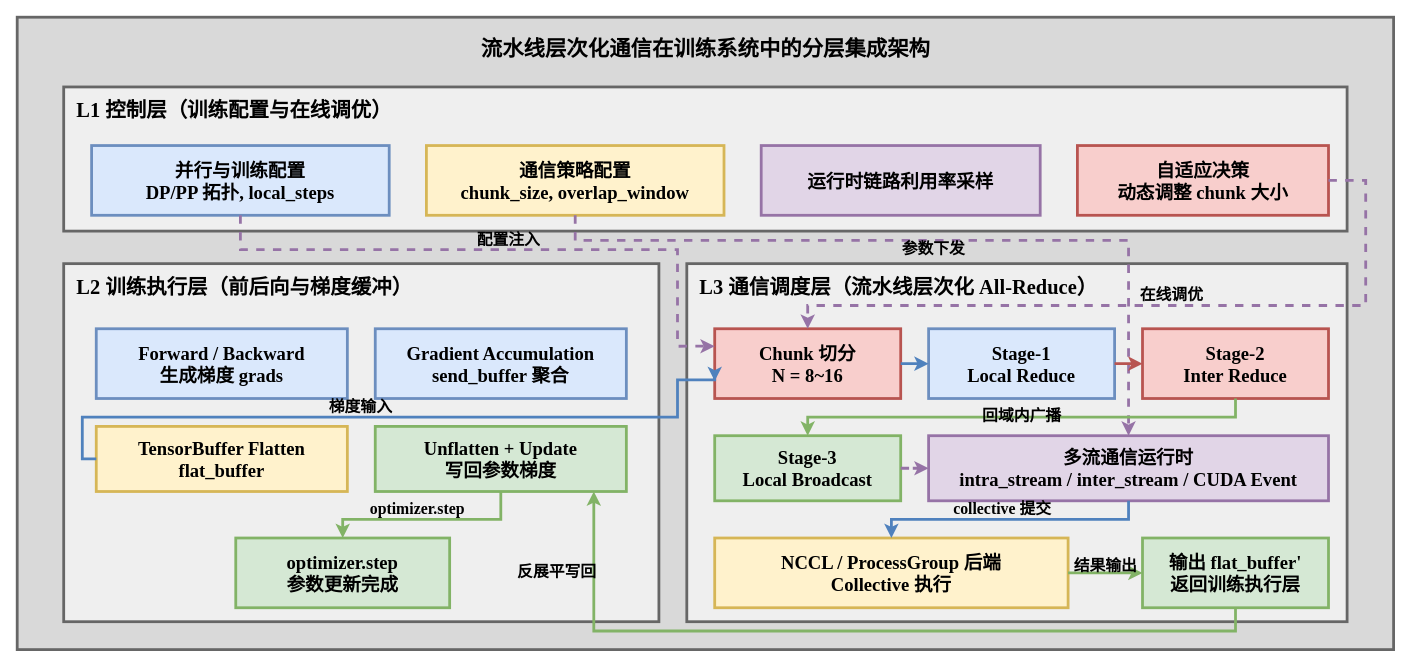
Before: image/ch4-system-integration-dataflow.drawio in Aerithy/master-thesis, a draw.io diagram. Source tidied: cells renumbered, new cells numbered last; positions are measured from the earlier drawing's top-left corner, leaving out a move shared by most shapes. Both pictures are drawn from the tidied source at 93%, with x=0, y=0 at pixel (17, 17).
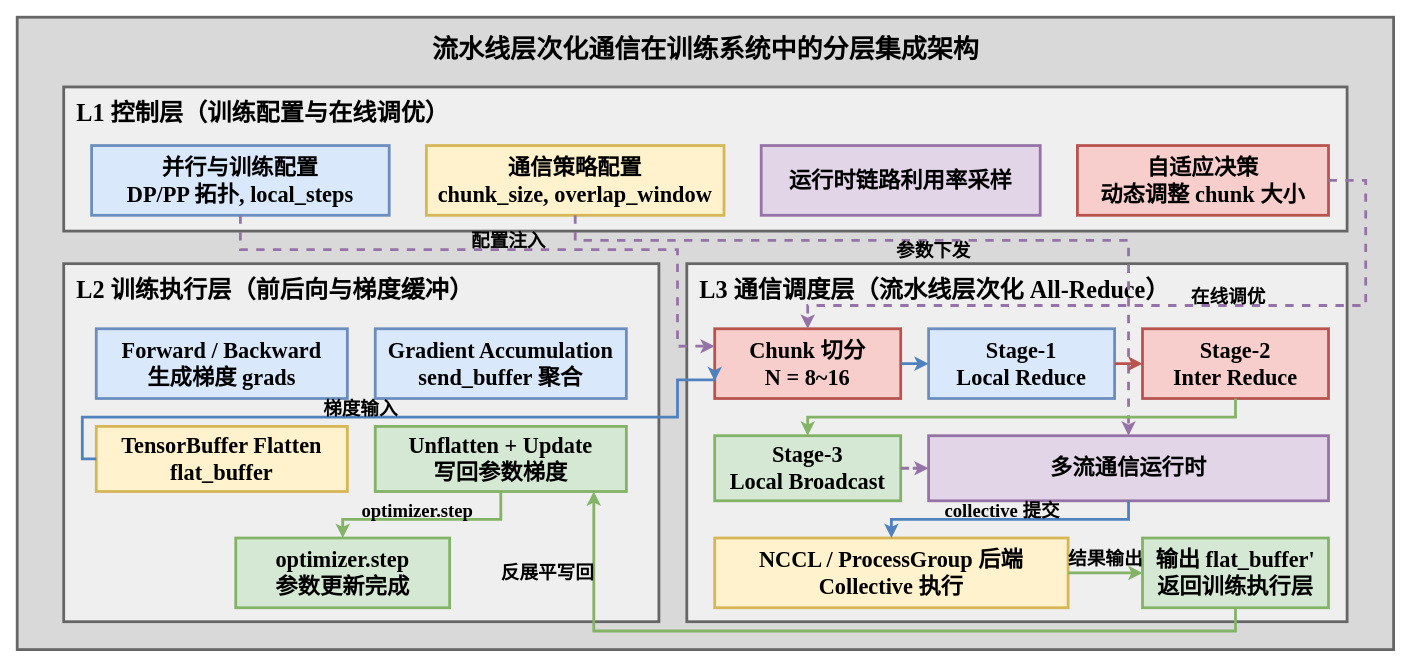
The same page after the edit.

Diff of the diagram source:
```diff
@@
-    <mxCell id="3" value="&lt;b&gt;流水线层次化通信在训练系统中的分层集成架构&lt;/b&gt;" style="text;html=1;strokeColor=none;fillColor=none;align=center;verticalAlign=middle;fontSize=23;fontStyle=1;fontFamily=Times New Roman;" parent="1" vertex="1">
+    <mxCell id="3" value="&lt;b&gt;流水线层次化通信在训练系统中的分层集成架构&lt;/b&gt;" style="text;html=1;strokeColor=none;fillColor=none;align=center;verticalAlign=middle;fontSize=28;fontStyle=1;fontFamily=Times New Roman;" parent="1" vertex="1">
       <mxGeometry x="90" y="14" width="1300" height="40" as="geometry" />
     </mxCell>
-    <mxCell id="4" value="&lt;b&gt;L1 控制层（训练配置与在线调优）&lt;/b&gt;" style="rounded=0;whiteSpace=wrap;html=1;fillColor=#efefef;strokeColor=#666666;strokeWidth=3;fontFamily=Times New Roman;fontSize=22;fontStyle=1;align=left;verticalAlign=top;spacingTop=6;spacingLeft=12;" parent="1" vertex="1">
+    <mxCell id="4" value="&lt;b&gt;L1 控制层（训练配置与在线调优）&lt;/b&gt;" style="rounded=0;whiteSpace=wrap;html=1;fillColor=#efefef;strokeColor=#666666;strokeWidth=3;fontFamily=Times New Roman;fontSize=26;fontStyle=1;align=left;verticalAlign=top;spacingTop=6;spacingLeft=12;" parent="1" vertex="1">
       <mxGeometry x="50" y="75" width="1380" height="155" as="geometry" />
     </mxCell>
-    <mxCell id="5" value="&lt;b&gt;并行与训练配置&lt;/b&gt;&lt;br&gt;DP/PP 拓扑, local_steps" style="rounded=0;whiteSpace=wrap;html=1;fillColor=#dae8fc;strokeColor=#6c8ebf;strokeWidth=3;fontFamily=Times New Roman;fontSize=20;fontStyle=1;align=center;" parent="1" vertex="1">
+    <mxCell id="5" value="&lt;b&gt;并行与训练配置&lt;/b&gt;&lt;br&gt;DP/PP 拓扑, local_steps" style="rounded=0;whiteSpace=wrap;html=1;fillColor=#dae8fc;strokeColor=#6c8ebf;strokeWidth=3;fontFamily=Times New Roman;fontSize=24;fontStyle=1;align=center;" parent="1" vertex="1">
       <mxGeometry x="80" y="138" width="320" height="75" as="geometry" />
     </mxCell>
-    <mxCell id="6" value="&lt;b&gt;通信策略配置&lt;/b&gt;&lt;br&gt;chunk_size, overlap_window" style="rounded=0;whiteSpace=wrap;html=1;fillColor=#fff2cc;strokeColor=#d6b656;strokeWidth=3;fontFamily=Times New Roman;fontSize=20;fontStyle=1;align=center;" parent="1" vertex="1">
+    <mxCell id="6" value="&lt;b&gt;通信策略配置&lt;/b&gt;&lt;br&gt;chunk_size, overlap_window" style="rounded=0;whiteSpace=wrap;html=1;fillColor=#fff2cc;strokeColor=#d6b656;strokeWidth=3;fontFamily=Times New Roman;fontSize=24;fontStyle=1;align=center;" parent="1" vertex="1">
       <mxGeometry x="440" y="138" width="320" height="75" as="geometry" />
     </mxCell>
-    <mxCell id="7" value="&lt;b&gt;运行时&lt;/b&gt;链路利用率采样" style="rounded=0;whiteSpace=wrap;html=1;fillColor=#e1d5e7;strokeColor=#9673a6;strokeWidth=3;fontFamily=Times New Roman;fontSize=20;fontStyle=1;align=center;" parent="1" vertex="1">
+    <mxCell id="7" value="&lt;b&gt;运行时&lt;/b&gt;链路利用率采样" style="rounded=0;whiteSpace=wrap;html=1;fillColor=#e1d5e7;strokeColor=#9673a6;strokeWidth=3;fontFamily=Times New Roman;fontSize=24;fontStyle=1;align=center;" parent="1" vertex="1">
       <mxGeometry x="800" y="138" width="300" height="75" as="geometry" />
     </mxCell>
-    <mxCell id="8" value="&lt;b&gt;自适应决策&lt;/b&gt;&lt;br&gt;动态调整 chunk 大小" style="rounded=0;whiteSpace=wrap;html=1;fillColor=#f8cecc;strokeColor=#b85450;strokeWidth=3;fontFamily=Times New Roman;fontSize=20;fontStyle=1;align=center;" parent="1" vertex="1">
+    <mxCell id="8" value="&lt;b&gt;自适应决策&lt;/b&gt;&lt;br&gt;动态调整 chunk 大小" style="rounded=0;whiteSpace=wrap;html=1;fillColor=#f8cecc;strokeColor=#b85450;strokeWidth=3;fontFamily=Times New Roman;fontSize=24;fontStyle=1;align=center;" parent="1" vertex="1">
       <mxGeometry x="1140" y="138" width="270" height="75" as="geometry" />
     </mxCell>
-    <mxCell id="9" value="&lt;b&gt;L2 训练执行层（前后向与梯度缓冲）&lt;/b&gt;" style="rounded=0;whiteSpace=wrap;html=1;fillColor=#efefef;strokeColor=#666666;strokeWidth=3;fontFamily=Times New Roman;fontSize=22;fontStyle=1;align=left;verticalAlign=top;spacingTop=6;spacingLeft=12;" parent="1" vertex="1">
+    <mxCell id="9" value="&lt;b&gt;L2 训练执行层（前后向与梯度缓冲）&lt;/b&gt;" style="rounded=0;whiteSpace=wrap;html=1;fillColor=#efefef;strokeColor=#666666;strokeWidth=3;fontFamily=Times New Roman;fontSize=26;fontStyle=1;align=left;verticalAlign=top;spacingTop=6;spacingLeft=12;" parent="1" vertex="1">
       <mxGeometry x="50" y="265" width="640" height="385" as="geometry" />
     </mxCell>
-    <mxCell id="10" value="&lt;b&gt;Forward / Backward&lt;/b&gt;&lt;br&gt;生成梯度 grads" style="rounded=0;whiteSpace=wrap;html=1;fillColor=#dae8fc;strokeColor=#6c8ebf;strokeWidth=3;fontFamily=Times New Roman;fontSize=20;fontStyle=1;align=center;" parent="1" vertex="1">
+    <mxCell id="10" value="&lt;b&gt;Forward / Backward&lt;/b&gt;&lt;br&gt;生成梯度 grads" style="rounded=0;whiteSpace=wrap;html=1;fillColor=#dae8fc;strokeColor=#6c8ebf;strokeWidth=3;fontFamily=Times New Roman;fontSize=24;fontStyle=1;align=center;" parent="1" vertex="1">
       <mxGeometry x="85" y="335" width="270" height="75" as="geometry" />
     </mxCell>
-    <mxCell id="11" value="&lt;b&gt;Gradient Accumulation&lt;/b&gt;&lt;br&gt;send_buffer 聚合" style="rounded=0;whiteSpace=wrap;html=1;fillColor=#dae8fc;strokeColor=#6c8ebf;strokeWidth=3;fontFamily=Times New Roman;fontSize=20;fontStyle=1;align=center;" parent="1" vertex="1">
+    <mxCell id="11" value="&lt;b&gt;Gradient Accumulation&lt;/b&gt;&lt;br&gt;send_buffer 聚合" style="rounded=0;whiteSpace=wrap;html=1;fillColor=#dae8fc;strokeColor=#6c8ebf;strokeWidth=3;fontFamily=Times New Roman;fontSize=24;fontStyle=1;align=center;" parent="1" vertex="1">
       <mxGeometry x="385" y="335" width="270" height="75" as="geometry" />
     </mxCell>
-    <mxCell id="12" value="&lt;b&gt;TensorBuffer Flatten&lt;/b&gt;&lt;br&gt;flat_buffer" style="rounded=0;whiteSpace=wrap;html=1;fillColor=#fff2cc;strokeColor=#d6b656;strokeWidth=3;fontFamily=Times New Roman;fontSize=20;fontStyle=1;align=center;" parent="1" vertex="1">
+    <mxCell id="12" value="&lt;b&gt;TensorBuffer Flatten&lt;/b&gt;&lt;br&gt;flat_buffer" style="rounded=0;whiteSpace=wrap;html=1;fillColor=#fff2cc;strokeColor=#d6b656;strokeWidth=3;fontFamily=Times New Roman;fontSize=24;fontStyle=1;align=center;" parent="1" vertex="1">
       <mxGeometry x="85" y="440" width="270" height="70" as="geometry" />
     </mxCell>
-    <mxCell id="13" value="&lt;b&gt;Unflatten + Update&lt;/b&gt;&lt;br&gt;写回参数梯度" style="rounded=0;whiteSpace=wrap;html=1;fillColor=#d5e8d4;strokeColor=#82b366;strokeWidth=3;fontFamily=Times New Roman;fontSize=20;fontStyle=1;align=center;" parent="1" vertex="1">
+    <mxCell id="13" value="&lt;b&gt;Unflatten + Update&lt;/b&gt;&lt;br&gt;写回参数梯度" style="rounded=0;whiteSpace=wrap;html=1;fillColor=#d5e8d4;strokeColor=#82b366;strokeWidth=3;fontFamily=Times New Roman;fontSize=24;fontStyle=1;align=center;" parent="1" vertex="1">
       <mxGeometry x="385" y="440" width="270" height="70" as="geometry" />
     </mxCell>
-    <mxCell id="14" value="&lt;b&gt;optimizer.step&lt;/b&gt;&lt;br&gt;参数更新完成" style="rounded=0;whiteSpace=wrap;html=1;fillColor=#d5e8d4;strokeColor=#82b366;strokeWidth=3;fontFamily=Times New Roman;fontSize=20;fontStyle=1;align=center;" parent="1" vertex="1">
+    <mxCell id="14" value="&lt;b&gt;optimizer.step&lt;/b&gt;&lt;br&gt;参数更新完成" style="rounded=0;whiteSpace=wrap;html=1;fillColor=#d5e8d4;strokeColor=#82b366;strokeWidth=3;fontFamily=Times New Roman;fontSize=24;fontStyle=1;align=center;" parent="1" vertex="1">
       <mxGeometry x="235" y="560" width="230" height="75" as="geometry" />
     </mxCell>
-    <mxCell id="15" value="&lt;b&gt;L3 通信调度层（流水线层次化 All-Reduce）&lt;/b&gt;" style="rounded=0;whiteSpace=wrap;html=1;fillColor=#efefef;strokeColor=#666666;strokeWidth=3;fontFamily=Times New Roman;fontSize=22;fontStyle=1;align=left;verticalAlign=top;spacingTop=6;spacingLeft=12;" parent="1" vertex="1">
+    <mxCell id="15" value="&lt;b&gt;L3 通信调度层（流水线层次化 All-Reduce）&lt;/b&gt;" style="rounded=0;whiteSpace=wrap;html=1;fillColor=#efefef;strokeColor=#666666;strokeWidth=3;fontFamily=Times New Roman;fontSize=26;fontStyle=1;align=left;verticalAlign=top;spacingTop=6;spacingLeft=12;" parent="1" vertex="1">
       <mxGeometry x="720" y="265" width="710" height="385" as="geometry" />
     </mxCell>
-    <mxCell id="16" value="&lt;b&gt;Chunk 切分&lt;/b&gt;&lt;br&gt;N = 8~16" style="rounded=0;whiteSpace=wrap;html=1;fillColor=#f8cecc;strokeColor=#b85450;strokeWidth=3;fontFamily=Times New Roman;fontSize=20;fontStyle=1;align=center;" parent="1" vertex="1">
+    <mxCell id="16" value="&lt;b&gt;Chunk 切分&lt;/b&gt;&lt;br&gt;N = 8~16" style="rounded=0;whiteSpace=wrap;html=1;fillColor=#f8cecc;strokeColor=#b85450;strokeWidth=3;fontFamily=Times New Roman;fontSize=24;fontStyle=1;align=center;" parent="1" vertex="1">
       <mxGeometry x="750" y="335" width="200" height="75" as="geometry" />
     </mxCell>
-    <mxCell id="17" value="&lt;b&gt;Stage-1&lt;/b&gt;&lt;br&gt;Local Reduce" style="rounded=0;whiteSpace=wrap;html=1;fillColor=#dae8fc;strokeColor=#6c8ebf;strokeWidth=3;fontFamily=Times New Roman;fontSize=20;fontStyle=1;align=center;" parent="1" vertex="1">
+    <mxCell id="17" value="&lt;b&gt;Stage-1&lt;/b&gt;&lt;br&gt;Local Reduce" style="rounded=0;whiteSpace=wrap;html=1;fillColor=#dae8fc;strokeColor=#6c8ebf;strokeWidth=3;fontFamily=Times New Roman;fontSize=24;fontStyle=1;align=center;" parent="1" vertex="1">
       <mxGeometry x="980" y="335" width="200" height="75" as="geometry" />
     </mxCell>
-    <mxCell id="18" value="&lt;b&gt;Stage-2&lt;/b&gt;&lt;br&gt;Inter Reduce" style="rounded=0;whiteSpace=wrap;html=1;fillColor=#f8cecc;strokeColor=#b85450;strokeWidth=3;fontFamily=Times New Roman;fontSize=20;fontStyle=1;align=center;" parent="1" vertex="1">
+    <mxCell id="18" value="&lt;b&gt;Stage-2&lt;/b&gt;&lt;br&gt;Inter Reduce" style="rounded=0;whiteSpace=wrap;html=1;fillColor=#f8cecc;strokeColor=#b85450;strokeWidth=3;fontFamily=Times New Roman;fontSize=24;fontStyle=1;align=center;" parent="1" vertex="1">
       <mxGeometry x="1210" y="335" width="200" height="75" as="geometry" />
     </mxCell>
-    <mxCell id="19" value="&lt;b&gt;Stage-3&lt;/b&gt;&lt;br&gt;Local Broadcast" style="rounded=0;whiteSpace=wrap;html=1;fillColor=#d5e8d4;strokeColor=#82b366;strokeWidth=3;fontFamily=Times New Roman;fontSize=20;fontStyle=1;align=center;" parent="1" vertex="1">
+    <mxCell id="19" value="&lt;b&gt;Stage-3&lt;/b&gt;&lt;br&gt;Local Broadcast" style="rounded=0;whiteSpace=wrap;html=1;fillColor=#d5e8d4;strokeColor=#82b366;strokeWidth=3;fontFamily=Times New Roman;fontSize=24;fontStyle=1;align=center;" parent="1" vertex="1">
       <mxGeometry x="750" y="450" width="200" height="70" as="geometry" />
     </mxCell>
-    <mxCell id="20" value="&lt;b&gt;多流通信运行时&lt;/b&gt;&lt;br&gt;intra_stream / inter_stream / CUDA Event" style="rounded=0;whiteSpace=wrap;html=1;fillColor=#e1d5e7;strokeColor=#9673a6;strokeWidth=3;fontFamily=Times New Roman;fontSize=20;fontStyle=1;align=center;" parent="1" vertex="1">
+    <mxCell id="20" value="&lt;b&gt;多流通信运行时&lt;/b&gt;" style="rounded=0;whiteSpace=wrap;html=1;fillColor=#e1d5e7;strokeColor=#9673a6;strokeWidth=3;fontFamily=Times New Roman;fontSize=24;fontStyle=1;align=center;" parent="1" vertex="1">
       <mxGeometry x="980" y="450" width="430" height="70" as="geometry" />
     </mxCell>
-    <mxCell id="21" value="&lt;b&gt;NCCL / ProcessGroup 后端&lt;/b&gt;&lt;br&gt;Collective 执行" style="rounded=0;whiteSpace=wrap;html=1;fillColor=#fff2cc;strokeColor=#d6b656;strokeWidth=3;fontFamily=Times New Roman;fontSize=20;fontStyle=1;align=center;" parent="1" vertex="1">
+    <mxCell id="21" value="&lt;b&gt;NCCL / ProcessGroup 后端&lt;/b&gt;&lt;br&gt;Collective 执行" style="rounded=0;whiteSpace=wrap;html=1;fillColor=#fff2cc;strokeColor=#d6b656;strokeWidth=3;fontFamily=Times New Roman;fontSize=24;fontStyle=1;align=center;" parent="1" vertex="1">
       <mxGeometry x="750" y="560" width="380" height="75" as="geometry" />
     </mxCell>
-    <mxCell id="22" value="&lt;b&gt;输出 flat_buffer'&lt;/b&gt;&lt;br&gt;返回训练执行层" style="rounded=0;whiteSpace=wrap;html=1;fillColor=#d5e8d4;strokeColor=#82b366;strokeWidth=3;fontFamily=Times New Roman;fontSize=20;fontStyle=1;align=center;" parent="1" vertex="1">
+    <mxCell id="22" value="&lt;b&gt;输出 flat_buffer'&lt;/b&gt;&lt;br&gt;返回训练执行层" style="rounded=0;whiteSpace=wrap;html=1;fillColor=#d5e8d4;strokeColor=#82b366;strokeWidth=3;fontFamily=Times New Roman;fontSize=24;fontStyle=1;align=center;" parent="1" vertex="1">
       <mxGeometry x="1210" y="560" width="200" height="75" as="geometry" />
     </mxCell>
-    <mxCell id="23" value="配置注入" style="edgeStyle=orthogonalEdgeStyle;rounded=0;jettySize=auto;html=1;strokeColor=#9673a6;strokeWidth=3;dashed=1;endArrow=classic;fontFamily=Times New Roman;fontSize=17;fontStyle=1;entryX=0;entryY=0.25;entryDx=0;entryDy=0;labelBackgroundColor=none;" parent="1" edge="1" source="5" target="16">
+    <mxCell id="23" value="配置注入" style="edgeStyle=orthogonalEdgeStyle;rounded=0;jettySize=auto;html=1;strokeColor=#9673a6;strokeWidth=3;dashed=1;endArrow=classic;fontFamily=Times New Roman;fontSize=20;fontStyle=1;entryX=0;entryY=0.25;entryDx=0;entryDy=0;labelBackgroundColor=none;" parent="1" edge="1" source="5" target="16">
       <mxGeometry y="10" relative="1" as="geometry">
         <Array as="points">
           <mxPoint x="240" y="250" />
           <mxPoint x="710" y="250" />
           <mxPoint x="710" y="354" />
         </Array>
       </mxGeometry>
     </mxCell>
-    <mxCell id="24" value="参数下发" style="edgeStyle=orthogonalEdgeStyle;rounded=0;jettySize=auto;html=1;strokeColor=#9673a6;strokeWidth=3;dashed=1;endArrow=classic;fontFamily=Times New Roman;fontSize=17;fontStyle=1;labelBackgroundColor=none;" parent="1" edge="1" source="6" target="20">
+    <mxCell id="24" value="参数下发" style="edgeStyle=orthogonalEdgeStyle;rounded=0;jettySize=auto;html=1;strokeColor=#9673a6;strokeWidth=3;dashed=1;endArrow=classic;fontFamily=Times New Roman;fontSize=20;fontStyle=1;labelBackgroundColor=none;" parent="1" edge="1" source="6" target="20">
       <mxGeometry x="-0.01" y="-10" relative="1" as="geometry">
         <Array as="points">
           <mxPoint x="600" y="240" />
           <mxPoint x="1195" y="240" />
         </Array>
       </mxGeometry>
     </mxCell>
-    <mxCell id="25" value="在线调优" style="edgeStyle=orthogonalEdgeStyle;rounded=0;jettySize=auto;html=1;strokeColor=#9673a6;strokeWidth=3;dashed=1;endArrow=classic;fontFamily=Times New Roman;fontSize=17;fontStyle=1;labelBackgroundColor=none;" parent="1" edge="1" source="8" target="16">
-      <mxGeometry x="-0.04" y="-10" relative="1" as="geometry">
+    <mxCell id="25" value="在线调优" style="edgeStyle=orthogonalEdgeStyle;rounded=0;jettySize=auto;html=1;strokeColor=#9673a6;strokeWidth=3;dashed=1;endArrow=classic;fontFamily=Times New Roman;fontSize=20;fontStyle=1;labelBackgroundColor=none;" parent="1" edge="1" source="8" target="16">
+      <mxGeometry x="-0.19" y="-10" relative="1" as="geometry">
         <Array as="points">
           <mxPoint x="1450" y="176" />
           <mxPoint x="1450" y="310" />
           <mxPoint x="850" y="310" />
         </Array>
+        <mxPoint x="1" as="offset" />
       </mxGeometry>
     </mxCell>
-    <mxCell id="26" value="梯度输入" style="edgeStyle=orthogonalEdgeStyle;rounded=0;jettySize=auto;html=1;strokeColor=#4f81bd;strokeWidth=3;endArrow=classic;fontFamily=Times New Roman;fontSize=17;fontStyle=1;entryX=0;entryY=0.75;entryDx=0;entryDy=0;labelBackgroundColor=none;" parent="1" edge="1" source="12" target="16">
+    <mxCell id="26" value="梯度输入" style="edgeStyle=orthogonalEdgeStyle;rounded=0;jettySize=auto;html=1;strokeColor=#4f81bd;strokeWidth=3;endArrow=classic;fontFamily=Times New Roman;fontSize=20;fontStyle=1;entryX=0;entryY=0.75;entryDx=0;entryDy=0;labelBackgroundColor=none;" parent="1" edge="1" source="12" target="16">
       <mxGeometry x="-0.08" y="10" relative="1" as="geometry">
         <Array as="points">
           <mxPoint x="70" y="475" />
           <mxPoint x="70" y="430" />
           <mxPoint x="710" y="430" />
           <mxPoint x="710" y="390" />
           <mxPoint x="750" y="390" />
         </Array>
       </mxGeometry>
     </mxCell>
@@
-    <mxCell id="29" value="回域内广播" style="edgeStyle=orthogonalEdgeStyle;rounded=0;jettySize=auto;html=1;strokeColor=#82b366;strokeWidth=3;endArrow=classic;fontFamily=Times New Roman;fontSize=17;fontStyle=1;labelBackgroundColor=none;" parent="1" edge="1" source="18" target="19">
+    <mxCell id="29" style="edgeStyle=orthogonalEdgeStyle;rounded=0;jettySize=auto;html=1;strokeColor=#82b366;strokeWidth=3;endArrow=classic;fontFamily=Times New Roman;fontSize=20;fontStyle=1;labelBackgroundColor=none;" parent="1" edge="1" source="18" target="19">
       <mxGeometry relative="1" as="geometry">
         <Array as="points">
           <mxPoint x="1310" y="430" />
           <mxPoint x="850" y="430" />
         </Array>
       </mxGeometry>
     </mxCell>
@@
-    <mxCell id="31" value="collective 提交" style="edgeStyle=orthogonalEdgeStyle;rounded=0;jettySize=auto;html=1;strokeColor=#4f81bd;strokeWidth=3;endArrow=classic;fontFamily=Times New Roman;fontSize=17;fontStyle=1;labelBackgroundColor=none;" parent="1" edge="1" source="20" target="21">
+    <mxCell id="31" value="collective 提交" style="edgeStyle=orthogonalEdgeStyle;rounded=0;jettySize=auto;html=1;strokeColor=#4f81bd;strokeWidth=3;endArrow=classic;fontFamily=Times New Roman;fontSize=20;fontStyle=1;labelBackgroundColor=none;" parent="1" edge="1" source="20" target="21">
       <mxGeometry x="0.05" y="-10" relative="1" as="geometry">
         <Array as="points">
           <mxPoint x="1195" y="540" />
           <mxPoint x="940" y="540" />
         </Array>
         <mxPoint x="-1" as="offset" />
       </mxGeometry>
     </mxCell>
-    <mxCell id="32" value="结果输出" style="edgeStyle=orthogonalEdgeStyle;rounded=0;jettySize=auto;html=1;strokeColor=#82b366;strokeWidth=3;endArrow=classic;fontFamily=Times New Roman;fontSize=17;fontStyle=1;labelBackgroundColor=none;" parent="1" edge="1" source="21" target="22">
-      <mxGeometry y="8" relative="1" as="geometry">
+    <mxCell id="32" value="结果输出" style="edgeStyle=orthogonalEdgeStyle;rounded=0;jettySize=auto;html=1;strokeColor=#82b366;strokeWidth=3;endArrow=classic;fontFamily=Times New Roman;fontSize=20;fontStyle=1;labelBackgroundColor=none;" parent="1" edge="1" source="21" target="22">
+      <mxGeometry y="18" relative="1" as="geometry">
         <mxPoint y="1" as="offset" />
       </mxGeometry>
     </mxCell>
-    <mxCell id="33" value="反展平写回" style="edgeStyle=orthogonalEdgeStyle;rounded=0;jettySize=auto;html=1;strokeColor=#82b366;strokeWidth=3;endArrow=classic;fontFamily=Times New Roman;fontSize=17;fontStyle=1;labelBackgroundColor=none;" parent="1" edge="1" source="22" target="13">
-      <mxGeometry x="0.8" y="40" relative="1" as="geometry">
+    <mxCell id="33" value="反展平写回" style="edgeStyle=orthogonalEdgeStyle;rounded=0;jettySize=auto;html=1;strokeColor=#82b366;strokeWidth=3;endArrow=classic;fontFamily=Times New Roman;fontSize=20;fontStyle=1;labelBackgroundColor=none;" parent="1" edge="1" source="22" target="13">
+      <mxGeometry x="0.8" y="50" relative="1" as="geometry">
         <Array as="points">
           <mxPoint x="1310" y="660" />
           <mxPoint x="620" y="660" />
         </Array>
         <mxPoint y="1" as="offset" />
       </mxGeometry>
     </mxCell>
-    <mxCell id="34" value="optimizer.step" style="edgeStyle=orthogonalEdgeStyle;rounded=0;jettySize=auto;html=1;strokeColor=#82b366;strokeWidth=3;endArrow=classic;fontFamily=Times New Roman;fontSize=17;fontStyle=1;labelBackgroundColor=none;" parent="1" edge="1" source="13" target="14">
+    <mxCell id="34" value="optimizer.step" style="edgeStyle=orthogonalEdgeStyle;rounded=0;jettySize=auto;html=1;strokeColor=#82b366;strokeWidth=3;endArrow=classic;fontFamily=Times New Roman;fontSize=20;fontStyle=1;labelBackgroundColor=none;" parent="1" edge="1" source="13" target="14">
       <mxGeometry x="0.09" y="-10" relative="1" as="geometry">
         <Array as="points">
           <mxPoint x="520" y="540" />
           <mxPoint x="350" y="540" />
         </Array>
       </mxGeometry>
     </mxCell>
```
